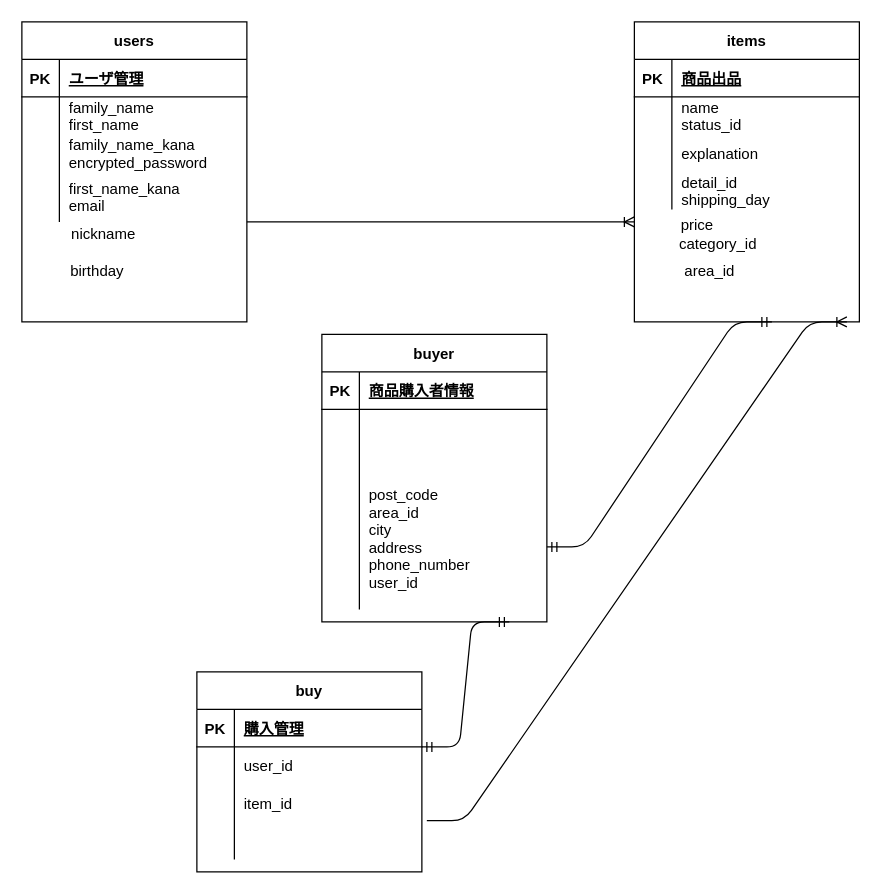
Earlier version of the draw.io diagram ER図.dio (sakaki38/furima-36023). Source tidied: cells renumbered, new cells numbered last; positions are measured from the earlier drawing's top-left corner, leaving out a move shared by most shapes. Both pictures are drawn from the tidied source at 125%, with x=0, y=0 at pixel (21, 21).
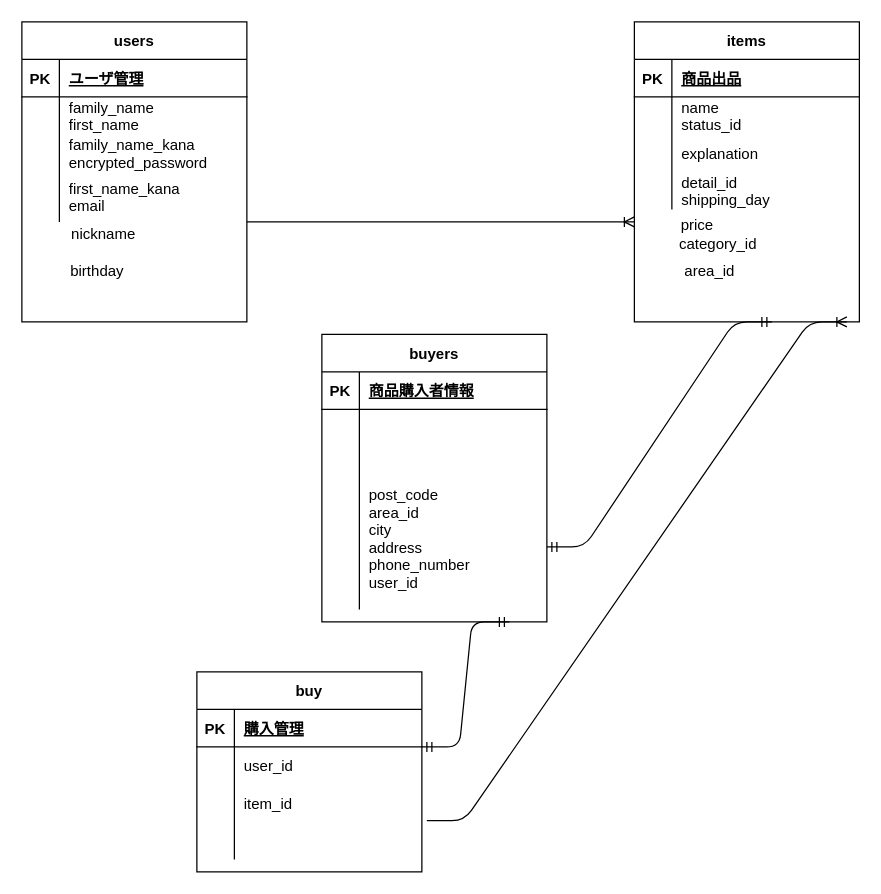
The same diagram, later.

What changed in the source:
```diff
@@
-    <mxCell id="15" value="buyer" style="shape=table;startSize=30;childLayout=tableLayout;rowLines=0;fontStyle=1;align=center;" parent="1" vertex="1">
+    <mxCell id="15" value="buyers" style="shape=table;startSize=30;childLayout=tableLayout;rowLines=0;fontStyle=1;align=center;" parent="1" vertex="1">
       <mxGeometry x="240" y="250" width="180" height="230" as="geometry" />
     </mxCell>
```
